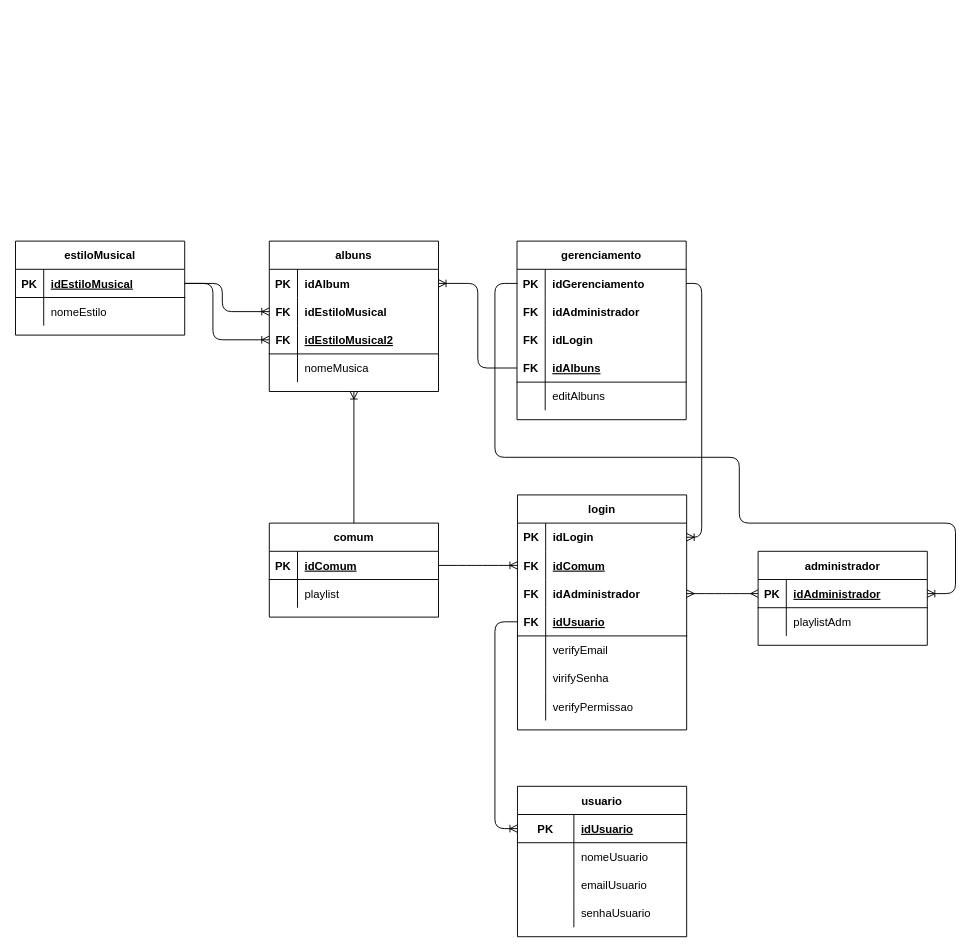
Above: Exercícios-aula3/1.4-exercicio-optus/Moldelagem/1.4-exercicio-optus-conceitual.drawio in Samel-OP/Senai_Sprint1_BD (draw.io), before the change. Source tidied: cells renumbered, new cells numbered last; positions are measured from the earlier drawing's top-left corner, leaving out a move shared by most shapes. Both pictures are drawn from the tidied source at 94%, with x=0, y=0 at pixel (15, 241).
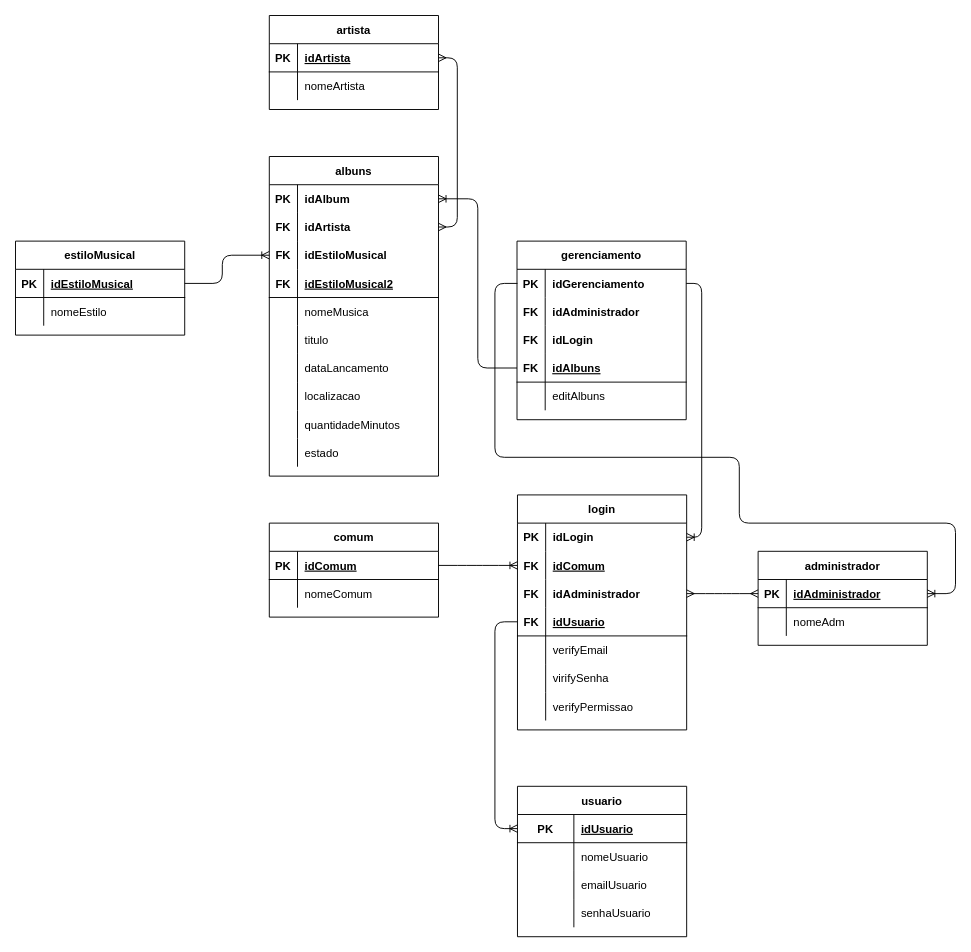
After the change.

Unchanged cells that the change refers to:
```xml
<mxCell id="16" style="shape=partialRectangle;fillColor=none;top=0;left=0;bottom=1;right=0;points=[[0,0.5],[1,0.5]];portConstraint=eastwest;" parent="15" vertex="1">
  <mxGeometry y="30" width="180" height="30" as="geometry" />
</mxCell>
<mxCell id="61" style="shape=partialRectangle;fillColor=none;top=0;left=0;bottom=0;right=0;" parent="57" vertex="1">
  <mxGeometry y="60" width="180" height="30" as="geometry" />
</mxCell>
<mxCell id="64" value="comum" style="shape=table;startSize=30;childLayout=tableLayout;rowLines=0;fontStyle=1;align=center;" parent="1" vertex="1">
  <mxGeometry x="270" y="300" width="180" height="100" as="geometry" />
</mxCell>
<mxCell id="68" style="shape=partialRectangle;fillColor=none;top=0;left=0;bottom=0;right=0;" parent="64" vertex="1">
  <mxGeometry y="60" width="180" height="30" as="geometry" />
</mxCell>
```

Diff of the diagram source:
```diff
@@
     <mxCell id="2" value="albuns" style="shape=table;startSize=30;childLayout=tableLayout;rowLines=0;fontStyle=1;align=center;" parent="1" vertex="1">
-      <mxGeometry x="270" width="180" height="160" as="geometry" />
+      <mxGeometry x="270" y="-90" width="180" height="340" as="geometry" />
     </mxCell>
@@
+    <mxCell id="96" style="shape=partialRectangle;fillColor=none;top=0;left=0;bottom=0;right=0;points=[[0,0.5],[1,0.5]];portConstraint=eastwest;" parent="2" vertex="1">
+      <mxGeometry y="60" width="180" height="30" as="geometry" />
+    </mxCell>
+    <mxCell id="97" value="FK" style="shape=partialRectangle;fillColor=none;top=0;left=0;bottom=0;right=0;fontStyle=1;overflow=hidden;" parent="96" vertex="1">
+      <mxGeometry width="30" height="30" as="geometry" />
+    </mxCell>
+    <mxCell id="98" value="idArtista" style="shape=partialRectangle;fillColor=none;top=0;left=0;bottom=0;right=0;align=left;spacingLeft=6;fontStyle=1;overflow=hidden;" parent="96" vertex="1">
+      <mxGeometry x="30" width="150" height="30" as="geometry" />
+    </mxCell>
     <mxCell id="6" style="shape=partialRectangle;fillColor=none;top=0;left=0;bottom=0;right=0;points=[[0,0.5],[1,0.5]];portConstraint=eastwest;" parent="2" vertex="1">
-      <mxGeometry y="60" width="180" height="30" as="geometry" />
+      <mxGeometry y="90" width="180" height="30" as="geometry" />
     </mxCell>
@@
     <mxCell id="9" style="shape=partialRectangle;fillColor=none;top=0;left=0;bottom=1;right=0;points=[[0,0.5],[1,0.5]];portConstraint=eastwest;" parent="2" vertex="1">
-      <mxGeometry y="90" width="180" height="30" as="geometry" />
+      <mxGeometry y="120" width="180" height="30" as="geometry" />
     </mxCell>
@@
     <mxCell id="12" style="shape=partialRectangle;fillColor=none;top=0;left=0;bottom=0;right=0;" parent="2" vertex="1">
-      <mxGeometry y="120" width="180" height="30" as="geometry" />
+      <mxGeometry y="150" width="180" height="30" as="geometry" />
     </mxCell>
@@
+    <mxCell id="99" style="shape=partialRectangle;fillColor=none;top=0;left=0;bottom=0;right=0;" parent="2" vertex="1">
+      <mxGeometry y="180" width="180" height="30" as="geometry" />
+    </mxCell>
+    <mxCell id="100" style="shape=partialRectangle;fillColor=none;top=0;left=0;bottom=0;right=0;overflow=hidden;" parent="99" vertex="1">
+      <mxGeometry width="30" height="30" as="geometry" />
+    </mxCell>
+    <mxCell id="101" value="titulo" style="shape=partialRectangle;fillColor=none;top=0;left=0;bottom=0;right=0;align=left;spacingLeft=6;overflow=hidden;" parent="99" vertex="1">
+      <mxGeometry x="30" width="150" height="30" as="geometry" />
+    </mxCell>
+    <mxCell id="102" style="shape=partialRectangle;fillColor=none;top=0;left=0;bottom=0;right=0;" parent="2" vertex="1">
+      <mxGeometry y="210" width="180" height="30" as="geometry" />
+    </mxCell>
+    <mxCell id="103" style="shape=partialRectangle;fillColor=none;top=0;left=0;bottom=0;right=0;overflow=hidden;" parent="102" vertex="1">
+      <mxGeometry width="30" height="30" as="geometry" />
+    </mxCell>
+    <mxCell id="104" value="dataLancamento" style="shape=partialRectangle;fillColor=none;top=0;left=0;bottom=0;right=0;align=left;spacingLeft=6;overflow=hidden;" parent="102" vertex="1">
+      <mxGeometry x="30" width="150" height="30" as="geometry" />
+    </mxCell>
+    <mxCell id="105" style="shape=partialRectangle;fillColor=none;top=0;left=0;bottom=0;right=0;" parent="2" vertex="1">
+      <mxGeometry y="240" width="180" height="30" as="geometry" />
+    </mxCell>
+    <mxCell id="106" style="shape=partialRectangle;fillColor=none;top=0;left=0;bottom=0;right=0;overflow=hidden;" parent="105" vertex="1">
+      <mxGeometry width="30" height="30" as="geometry" />
+    </mxCell>
+    <mxCell id="107" value="localizacao" style="shape=partialRectangle;fillColor=none;top=0;left=0;bottom=0;right=0;align=left;spacingLeft=6;overflow=hidden;" parent="105" vertex="1">
+      <mxGeometry x="30" width="150" height="30" as="geometry" />
+    </mxCell>
+    <mxCell id="108" style="shape=partialRectangle;fillColor=none;top=0;left=0;bottom=0;right=0;" parent="2" vertex="1">
+      <mxGeometry y="270" width="180" height="30" as="geometry" />
+    </mxCell>
+    <mxCell id="109" style="shape=partialRectangle;fillColor=none;top=0;left=0;bottom=0;right=0;overflow=hidden;" parent="108" vertex="1">
+      <mxGeometry width="30" height="30" as="geometry" />
+    </mxCell>
+    <mxCell id="110" value="quantidadeMinutos" style="shape=partialRectangle;fillColor=none;top=0;left=0;bottom=0;right=0;align=left;spacingLeft=6;overflow=hidden;" parent="108" vertex="1">
+      <mxGeometry x="30" width="150" height="30" as="geometry" />
+    </mxCell>
+    <mxCell id="111" style="shape=partialRectangle;fillColor=none;top=0;left=0;bottom=0;right=0;" parent="2" vertex="1">
+      <mxGeometry y="300" width="180" height="30" as="geometry" />
+    </mxCell>
+    <mxCell id="112" style="shape=partialRectangle;fillColor=none;top=0;left=0;bottom=0;right=0;overflow=hidden;" parent="111" vertex="1">
+      <mxGeometry width="30" height="30" as="geometry" />
+    </mxCell>
+    <mxCell id="113" value="estado" style="shape=partialRectangle;fillColor=none;top=0;left=0;bottom=0;right=0;align=left;spacingLeft=6;overflow=hidden;" parent="111" vertex="1">
+      <mxGeometry x="30" width="150" height="30" as="geometry" />
+    </mxCell>
@@
-    <mxCell id="63" value="playlistAdm" style="shape=partialRectangle;fillColor=none;top=0;left=0;bottom=0;right=0;align=left;spacingLeft=6;overflow=hidden;" parent="61" vertex="1">
+    <mxCell id="63" value="nomeAdm" style="shape=partialRectangle;fillColor=none;top=0;left=0;bottom=0;right=0;align=left;spacingLeft=6;overflow=hidden;" parent="61" vertex="1">
       <mxGeometry x="30" width="150" height="30" as="geometry" />
     </mxCell>
@@
-    <mxCell id="70" value="playlist" style="shape=partialRectangle;fillColor=none;top=0;left=0;bottom=0;right=0;align=left;spacingLeft=6;overflow=hidden;" parent="68" vertex="1">
+    <mxCell id="70" value="nomeComum" style="shape=partialRectangle;fillColor=none;top=0;left=0;bottom=0;right=0;align=left;spacingLeft=6;overflow=hidden;" parent="68" vertex="1">
       <mxGeometry x="30" width="150" height="30" as="geometry" />
     </mxCell>
@@
-    <mxCell id="91" style="edgeStyle=orthogonalEdgeStyle;fontSize=12;html=1;endArrow=ERoneToMany;exitX=0.5;exitY=0;exitDx=0;exitDy=0;entryX=0.5;entryY=1;entryDx=0;entryDy=0;" parent="1" edge="1" source="64" target="2">
-      <mxGeometry relative="1" as="geometry" />
-    </mxCell>
-    <mxCell id="92" style="edgeStyle=orthogonalEdgeStyle;fontSize=12;html=1;endArrow=ERoneToMany;entryX=0;entryY=0.5;entryDx=0;entryDy=0;exitX=1;exitY=0.5;exitDx=0;exitDy=0;" parent="1" edge="1" source="16" target="9">
-      <mxGeometry relative="1" as="geometry">
-        <Array as="points">
-          <mxPoint x="210" y="45" />
-          <mxPoint x="210" y="105" />
-        </Array>
-      </mxGeometry>
-    </mxCell>
@@
     <mxCell id="95" style="edgeStyle=orthogonalEdgeStyle;fontSize=12;html=1;endArrow=ERoneToMany;entryX=0;entryY=0.5;entryDx=0;entryDy=0;exitX=1;exitY=0.5;exitDx=0;exitDy=0;" parent="1" edge="1" target="6">
       <mxGeometry relative="1" as="geometry">
         <mxPoint x="180" y="45" as="sourcePoint" />
         <Array as="points">
           <mxPoint x="220" y="45" />
-          <mxPoint x="220" y="75" />
+          <mxPoint x="220" y="15" />
         </Array>
       </mxGeometry>
     </mxCell>
+    <mxCell id="114" value="artista" style="shape=table;startSize=30;childLayout=tableLayout;rowLines=0;fontStyle=1;align=center;" parent="1" vertex="1">
+      <mxGeometry x="270" y="-240" width="180" height="100" as="geometry" />
+    </mxCell>
+    <mxCell id="115" style="shape=partialRectangle;fillColor=none;top=0;left=0;bottom=1;right=0;points=[[0,0.5],[1,0.5]];portConstraint=eastwest;" parent="114" vertex="1">
+      <mxGeometry y="30" width="180" height="30" as="geometry" />
+    </mxCell>
+    <mxCell id="116" value="PK" style="shape=partialRectangle;fillColor=none;top=0;left=0;bottom=0;right=0;fontStyle=1;overflow=hidden;" parent="115" vertex="1">
+      <mxGeometry width="30" height="30" as="geometry" />
+    </mxCell>
+    <mxCell id="117" value="idArtista" style="shape=partialRectangle;fillColor=none;top=0;left=0;bottom=0;right=0;align=left;spacingLeft=6;fontStyle=5;overflow=hidden;" parent="115" vertex="1">
+      <mxGeometry x="30" width="150" height="30" as="geometry" />
+    </mxCell>
+    <mxCell id="118" style="shape=partialRectangle;fillColor=none;top=0;left=0;bottom=0;right=0;" parent="114" vertex="1">
+      <mxGeometry y="60" width="180" height="30" as="geometry" />
+    </mxCell>
+    <mxCell id="119" style="shape=partialRectangle;fillColor=none;top=0;left=0;bottom=0;right=0;overflow=hidden;" parent="118" vertex="1">
+      <mxGeometry width="30" height="30" as="geometry" />
+    </mxCell>
+    <mxCell id="120" value="nomeArtista" style="shape=partialRectangle;fillColor=none;top=0;left=0;bottom=0;right=0;align=left;spacingLeft=6;overflow=hidden;" parent="118" vertex="1">
+      <mxGeometry x="30" width="150" height="30" as="geometry" />
+    </mxCell>
+    <mxCell id="121" style="edgeStyle=orthogonalEdgeStyle;fontSize=12;html=1;endArrow=ERmany;startArrow=ERmany;entryX=1;entryY=0.5;entryDx=0;entryDy=0;exitX=1;exitY=0.5;exitDx=0;exitDy=0;" parent="1" edge="1" source="96" target="115">
+      <mxGeometry relative="1" as="geometry">
+        <Array as="points">
+          <mxPoint x="470" y="-15" />
+          <mxPoint x="470" y="-195" />
+        </Array>
+      </mxGeometry>
+    </mxCell>
```
